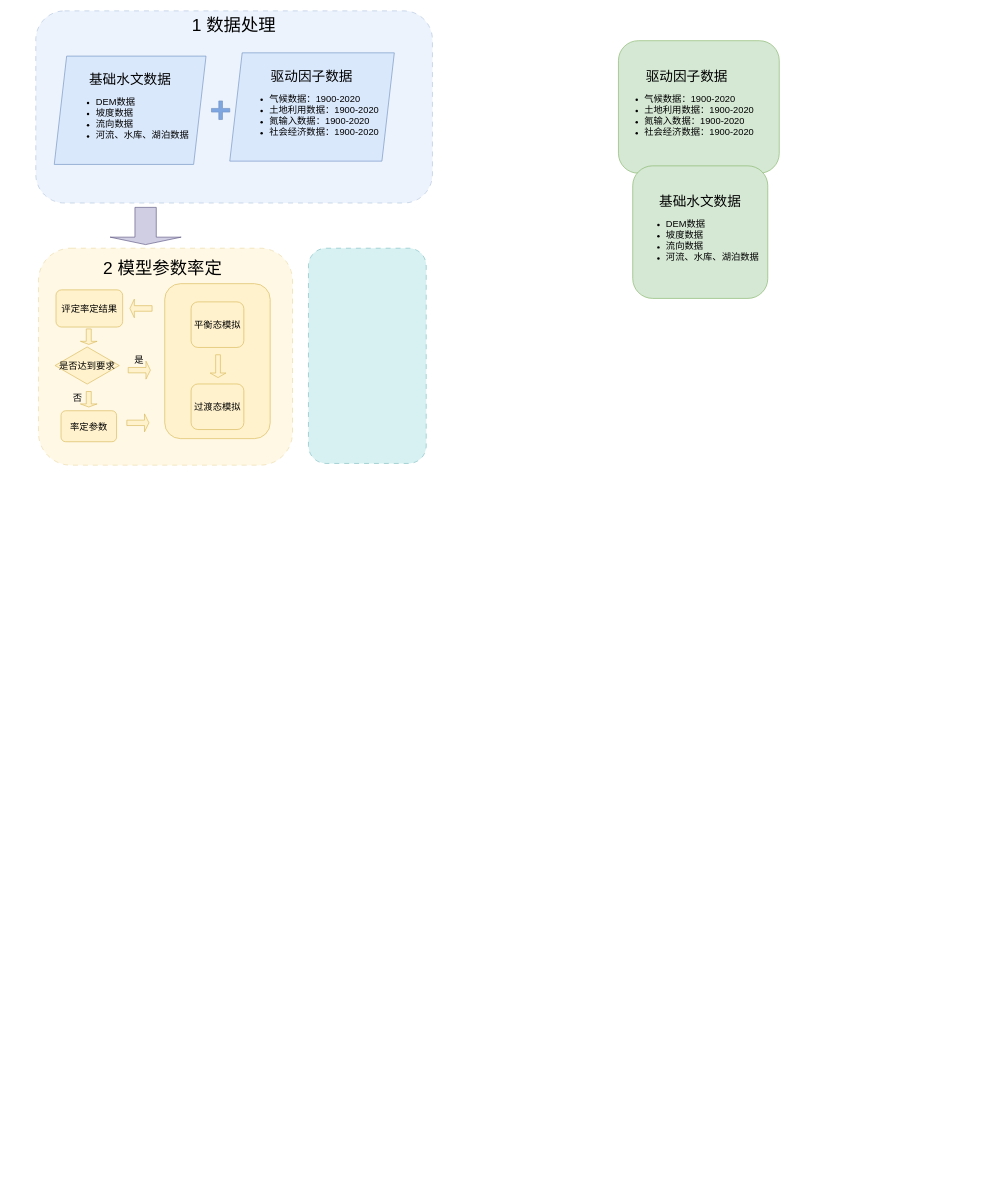
Above: 未命名绘图.drawio in Jiang-Yx-0124/paper (draw.io), before the change. Source tidied: cells renumbered, new cells numbered last; positions are measured from the earlier drawing's top-left corner, leaving out a move shared by most shapes. Both pictures are drawn from the tidied source at 62%, with x=0, y=0 at pixel (11, 11).
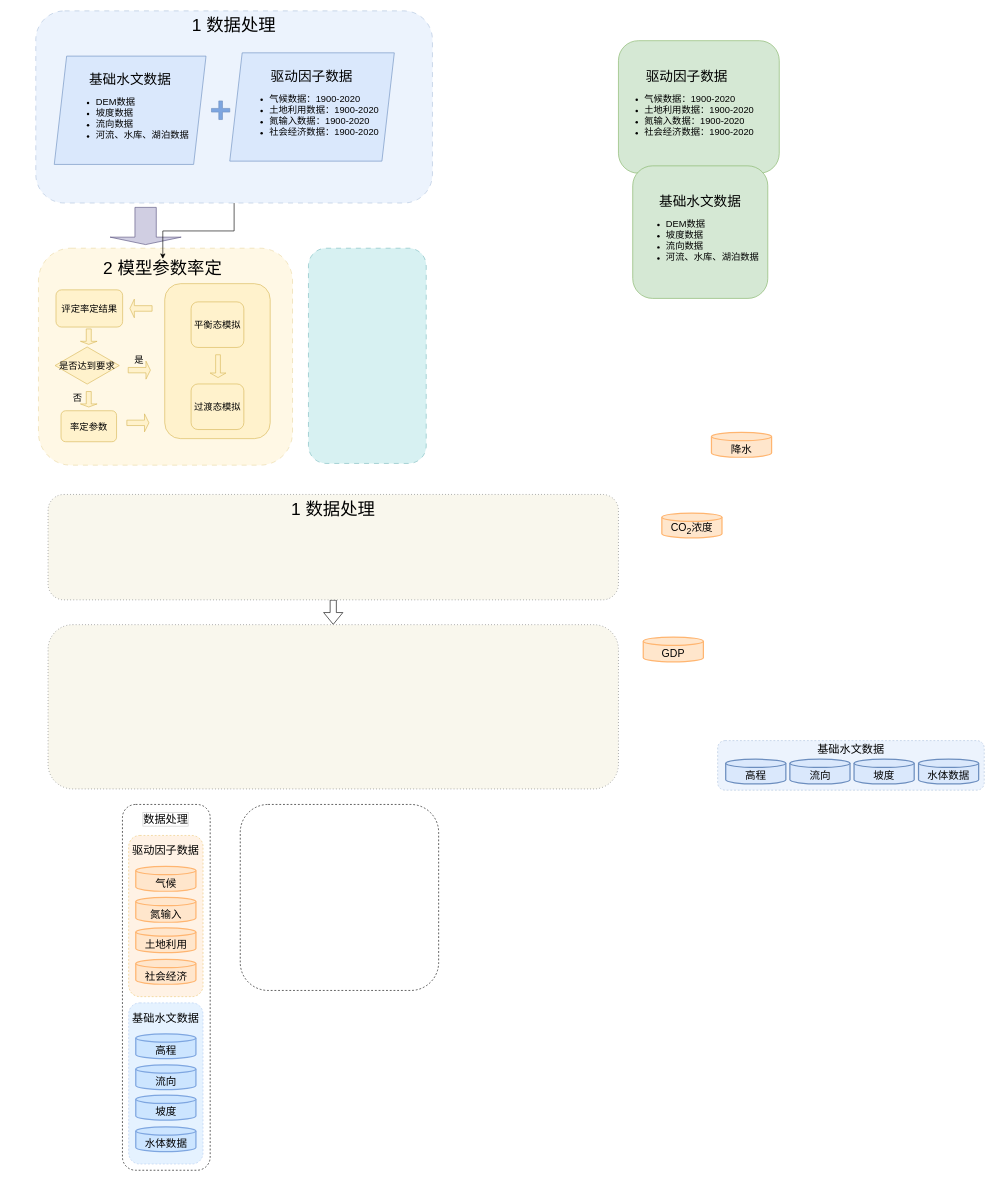
The same diagram, later.

Commit message:
更新未命名绘图.drawio

Unchanged cells that the change refers to:
```xml
<mxCell id="3" value="&lt;font style=&quot;font-size: 28px;&quot;&gt;1 数据处理&lt;/font&gt;" style="rounded=1;whiteSpace=wrap;html=1;fillColor=#dae8fc;strokeColor=#6c8ebf;verticalAlign=top;dashed=1;opacity=50;dashPattern=8 8;" parent="2" vertex="1">
  <mxGeometry x="-9.8" width="639.8" height="310" as="geometry" />
</mxCell>
<mxCell id="27" value="&lt;font style=&quot;font-size: 28px;&quot;&gt;2 模型参数率定&lt;/font&gt;" style="text;html=1;align=center;verticalAlign=middle;whiteSpace=wrap;rounded=0;" parent="10" vertex="1">
  <mxGeometry x="139.1" y="17.2" width="211.9" height="30" as="geometry" />
</mxCell>
```

Diff of the diagram source:
```diff
@@
+    <mxCell id="30" style="rounded=1;whiteSpace=wrap;html=1;dashed=1;" parent="1" vertex="1">
+      <mxGeometry x="180" y="1280" width="141.5" height="590" as="geometry" />
+    </mxCell>
@@
+    <mxCell id="31" style="edgeStyle=orthogonalEdgeStyle;rounded=0;jettySize=auto;html=1;" parent="1" edge="1" source="3" target="27">
+      <mxGeometry relative="1" as="geometry" />
+    </mxCell>
+    <mxCell id="32" style="edgeStyle=orthogonalEdgeStyle;rounded=0;orthogonalLoop=1;jettySize=auto;html=1;opacity=0;" parent="1" edge="1">
+      <mxGeometry relative="1" as="geometry">
+        <mxPoint x="1130" y="1287" as="sourcePoint" />
+        <mxPoint x="1130" y="1287" as="targetPoint" />
+        <Array as="points">
+          <mxPoint x="1150" y="1287" />
+        </Array>
+      </mxGeometry>
+    </mxCell>
+    <mxCell id="33" style="edgeStyle=orthogonalEdgeStyle;rounded=0;jettySize=auto;html=1;shape=flexArrow;" parent="1" edge="1" source="34" target="44">
+      <mxGeometry relative="1" as="geometry" />
+    </mxCell>
+    <mxCell id="34" value="&lt;font style=&quot;font-size: 28px;&quot;&gt;1 数据处理&lt;/font&gt;" style="rounded=1;whiteSpace=wrap;html=1;verticalAlign=top;dashed=1;dashPattern=1 4;fillColor=#f9f7ed;strokeColor=#36393d;" parent="1" vertex="1">
+      <mxGeometry x="60" y="780" width="920" height="170" as="geometry" />
+    </mxCell>
+    <mxCell id="35" value="&lt;span style=&quot;font-size: 17px;&quot;&gt;降水&lt;/span&gt;" style="strokeWidth=2;html=1;shape=mxgraph.flowchart.database;whiteSpace=wrap;fillColor=#ffe6cc;strokeColor=#FFB570;verticalAlign=bottom;" parent="1" vertex="1">
+      <mxGeometry x="1130" y="680" width="97" height="40" as="geometry" />
+    </mxCell>
+    <mxCell id="36" value="&lt;span style=&quot;font-size: 17px;&quot;&gt;CO&lt;sub&gt;2&lt;/sub&gt;浓度&lt;/span&gt;" style="strokeWidth=2;html=1;shape=mxgraph.flowchart.database;whiteSpace=wrap;fillColor=#ffe6cc;strokeColor=#FFB570;verticalAlign=bottom;" parent="1" vertex="1">
+      <mxGeometry x="1050" y="810" width="97" height="40" as="geometry" />
+    </mxCell>
+    <mxCell id="37" value="&lt;span style=&quot;font-size: 17px;&quot;&gt;GDP&lt;/span&gt;" style="strokeWidth=2;html=1;shape=mxgraph.flowchart.database;whiteSpace=wrap;fillColor=#ffe6cc;strokeColor=#FFB570;verticalAlign=bottom;" parent="1" vertex="1">
+      <mxGeometry x="1020" y="1010" width="97" height="40" as="geometry" />
+    </mxCell>
+    <mxCell id="38" style="rounded=1;whiteSpace=wrap;html=1;fillColor=#dae8fc;strokeColor=#6c8ebf;dashed=1;opacity=50;" parent="1" vertex="1">
+      <mxGeometry x="1140" y="1177" width="430" height="80" as="geometry" />
+    </mxCell>
+    <mxCell id="39" value="&lt;font style=&quot;font-size: 17px;&quot;&gt;高程&lt;/font&gt;" style="strokeWidth=2;html=1;shape=mxgraph.flowchart.database;whiteSpace=wrap;fillColor=#dae8fc;strokeColor=#6c8ebf;verticalAlign=bottom;" parent="1" vertex="1">
+      <mxGeometry x="1153" y="1207" width="97" height="40" as="geometry" />
+    </mxCell>
+    <mxCell id="40" value="&lt;span style=&quot;font-size: 17px;&quot;&gt;坡度&lt;/span&gt;" style="strokeWidth=2;html=1;shape=mxgraph.flowchart.database;whiteSpace=wrap;fillColor=#dae8fc;strokeColor=#6c8ebf;verticalAlign=bottom;" parent="1" vertex="1">
+      <mxGeometry x="1360" y="1207" width="97" height="40" as="geometry" />
+    </mxCell>
+    <mxCell id="41" value="&lt;span style=&quot;font-size: 17px;&quot;&gt;流向&lt;/span&gt;" style="strokeWidth=2;html=1;shape=mxgraph.flowchart.database;whiteSpace=wrap;fillColor=#dae8fc;strokeColor=#6c8ebf;verticalAlign=bottom;" parent="1" vertex="1">
+      <mxGeometry x="1256.5" y="1207" width="97" height="40" as="geometry" />
+    </mxCell>
+    <mxCell id="42" value="&lt;span style=&quot;font-size: 17px;&quot;&gt;水体数据&lt;/span&gt;" style="strokeWidth=2;html=1;shape=mxgraph.flowchart.database;whiteSpace=wrap;fillColor=#dae8fc;strokeColor=#6c8ebf;verticalAlign=bottom;" parent="1" vertex="1">
+      <mxGeometry x="1464" y="1207" width="97" height="40" as="geometry" />
+    </mxCell>
+    <mxCell id="43" value="&lt;font style=&quot;font-size: 18px;&quot;&gt;基础水文数据&lt;/font&gt;" style="text;html=1;align=center;verticalAlign=middle;whiteSpace=wrap;rounded=0;" parent="1" vertex="1">
+      <mxGeometry x="1290" y="1177" width="130" height="30" as="geometry" />
+    </mxCell>
+    <mxCell id="44" style="whiteSpace=wrap;html=1;verticalAlign=top;fillColor=#f9f7ed;strokeColor=#36393d;rounded=1;dashed=1;dashPattern=1 4;" parent="1" vertex="1">
+      <mxGeometry x="60" y="990" width="920" height="265" as="geometry" />
+    </mxCell>
+    <mxCell id="45" style="rounded=1;whiteSpace=wrap;html=1;fillColor=#ffe6cc;strokeColor=#d79b00;dashed=1;opacity=50;" parent="1" vertex="1">
+      <mxGeometry x="190" y="1330" width="120" height="260" as="geometry" />
+    </mxCell>
+    <mxCell id="46" value="&lt;font style=&quot;font-size: 18px;&quot;&gt;驱动因子数据&lt;/font&gt;" style="text;html=1;align=center;verticalAlign=middle;whiteSpace=wrap;rounded=0;" parent="1" vertex="1">
+      <mxGeometry x="190" y="1330" width="120" height="50" as="geometry" />
+    </mxCell>
+    <mxCell id="47" value="&lt;font style=&quot;font-size: 17px;&quot;&gt;气候&lt;/font&gt;" style="strokeWidth=2;html=1;shape=mxgraph.flowchart.database;whiteSpace=wrap;fillColor=#ffe6cc;strokeColor=#FFB570;verticalAlign=bottom;" parent="1" vertex="1">
+      <mxGeometry x="201.5" y="1380" width="97" height="40" as="geometry" />
+    </mxCell>
+    <mxCell id="48" value="&lt;span style=&quot;font-size: 17px;&quot;&gt;氮输入&lt;/span&gt;" style="strokeWidth=2;html=1;shape=mxgraph.flowchart.database;whiteSpace=wrap;fillColor=#ffe6cc;strokeColor=#FFB570;verticalAlign=bottom;" parent="1" vertex="1">
+      <mxGeometry x="201.5" y="1430" width="97" height="40" as="geometry" />
+    </mxCell>
+    <mxCell id="49" value="&lt;span style=&quot;font-size: 17px;&quot;&gt;土地利用&lt;/span&gt;" style="strokeWidth=2;html=1;shape=mxgraph.flowchart.database;whiteSpace=wrap;fillColor=#ffe6cc;strokeColor=#FFB570;verticalAlign=bottom;" parent="1" vertex="1">
+      <mxGeometry x="201.5" y="1479" width="97" height="40" as="geometry" />
+    </mxCell>
+    <mxCell id="50" value="&lt;span style=&quot;font-size: 17px;&quot;&gt;社会经济&lt;/span&gt;" style="strokeWidth=2;html=1;shape=mxgraph.flowchart.database;whiteSpace=wrap;fillColor=#ffe6cc;strokeColor=#FFB570;verticalAlign=bottom;" parent="1" vertex="1">
+      <mxGeometry x="201.5" y="1530" width="97" height="40" as="geometry" />
+    </mxCell>
+    <mxCell id="51" style="rounded=1;whiteSpace=wrap;html=1;fillColor=#cce5ff;strokeColor=#7EA6E0;dashed=1;opacity=50;" parent="1" vertex="1">
+      <mxGeometry x="190" y="1600" width="120" height="260" as="geometry" />
+    </mxCell>
+    <mxCell id="52" value="&lt;font style=&quot;font-size: 17px;&quot;&gt;高程&lt;/font&gt;" style="strokeWidth=2;html=1;shape=mxgraph.flowchart.database;whiteSpace=wrap;fillColor=#cce5ff;strokeColor=#7EA6E0;verticalAlign=bottom;" parent="1" vertex="1">
+      <mxGeometry x="201.5" y="1650" width="97" height="40" as="geometry" />
+    </mxCell>
+    <mxCell id="53" value="&lt;span style=&quot;font-size: 17px;&quot;&gt;流向&lt;/span&gt;" style="strokeWidth=2;html=1;shape=mxgraph.flowchart.database;whiteSpace=wrap;fillColor=#cce5ff;strokeColor=#7EA6E0;verticalAlign=bottom;" parent="1" vertex="1">
+      <mxGeometry x="201.5" y="1700" width="97" height="40" as="geometry" />
+    </mxCell>
+    <mxCell id="54" value="&lt;span style=&quot;font-size: 17px;&quot;&gt;坡度&lt;/span&gt;" style="strokeWidth=2;html=1;shape=mxgraph.flowchart.database;whiteSpace=wrap;fillColor=#cce5ff;strokeColor=#7EA6E0;verticalAlign=bottom;" parent="1" vertex="1">
+      <mxGeometry x="201.5" y="1749" width="97" height="40" as="geometry" />
+    </mxCell>
+    <mxCell id="55" value="&lt;span style=&quot;font-size: 17px;&quot;&gt;水体数据&lt;/span&gt;" style="strokeWidth=2;html=1;shape=mxgraph.flowchart.database;whiteSpace=wrap;fillColor=#cce5ff;strokeColor=#7EA6E0;verticalAlign=bottom;" parent="1" vertex="1">
+      <mxGeometry x="201.5" y="1800" width="97" height="40" as="geometry" />
+    </mxCell>
+    <mxCell id="56" value="&lt;font style=&quot;font-size: 18px;&quot;&gt;基础水文数据&lt;/font&gt;" style="text;html=1;align=center;verticalAlign=middle;whiteSpace=wrap;rounded=0;" parent="1" vertex="1">
+      <mxGeometry x="190" y="1600" width="120" height="50" as="geometry" />
+    </mxCell>
+    <mxCell id="57" value="&lt;font style=&quot;font-size: 18px;&quot;&gt;数据处理&lt;/font&gt;" style="text;html=1;align=center;verticalAlign=middle;whiteSpace=wrap;rounded=0;textShadow=0;labelBackgroundColor=#FFFFFF;labelBorderColor=#CCCCCC;" parent="1" vertex="1">
+      <mxGeometry x="190" y="1288" width="120" height="32" as="geometry" />
+    </mxCell>
+    <mxCell id="58" style="rounded=1;whiteSpace=wrap;html=1;dashed=1;" parent="1" vertex="1">
+      <mxGeometry x="370" y="1280" width="320" height="300" as="geometry" />
+    </mxCell>
```
